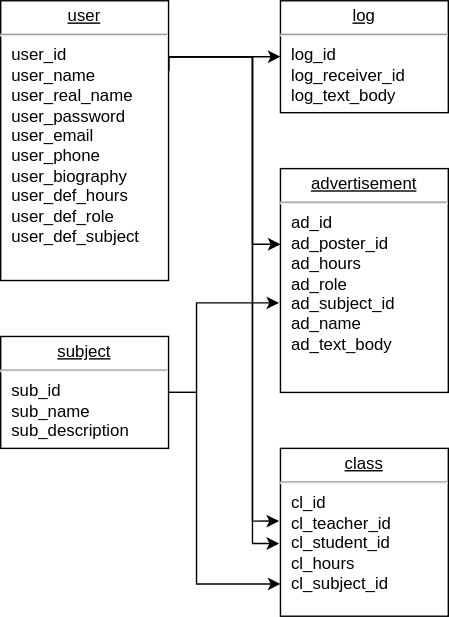
Debelyi-Illia/APTeam keeps this draw.io diagram as Documentation/Project Architect Files/DB.svg. Above is the earlier version. Source tidied: cells renumbered, new cells last; positions are measured from the earlier drawing's top-left corner, leaving out a move shared by most shapes. Its diagram source:
```xml
<mxGraphModel>
  <root>
    <mxCell id="0" />
    <mxCell id="1" parent="0" />
    <mxCell id="2" style="edgeStyle=orthogonalEdgeStyle;rounded=0;jettySize=auto;html=1;exitX=1;exitY=0.25;exitDx=0;exitDy=0;entryX=0;entryY=0.5;entryDx=0;entryDy=0;" parent="1" edge="1" source="6" target="7">
      <mxGeometry relative="1" as="geometry">
        <Array as="points">
          <mxPoint x="120" y="40" />
        </Array>
      </mxGeometry>
    </mxCell>
    <mxCell id="3" style="edgeStyle=orthogonalEdgeStyle;rounded=0;jettySize=auto;html=1;exitX=1;exitY=0.25;exitDx=0;exitDy=0;entryX=0;entryY=0.338;entryDx=0;entryDy=0;entryPerimeter=0;" parent="1" edge="1" source="6" target="11">
      <mxGeometry relative="1" as="geometry">
        <Array as="points">
          <mxPoint x="120" y="40" />
          <mxPoint x="180" y="40" />
          <mxPoint x="180" y="174" />
        </Array>
      </mxGeometry>
    </mxCell>
    <mxCell id="4" style="edgeStyle=orthogonalEdgeStyle;rounded=0;jettySize=auto;html=1;exitX=1;exitY=0.25;exitDx=0;exitDy=0;entryX=-0.008;entryY=0.433;entryDx=0;entryDy=0;entryPerimeter=0;" parent="1" edge="1" source="6" target="12">
      <mxGeometry relative="1" as="geometry">
        <Array as="points">
          <mxPoint x="120" y="40" />
          <mxPoint x="180" y="40" />
          <mxPoint x="180" y="372" />
        </Array>
      </mxGeometry>
    </mxCell>
    <mxCell id="5" style="edgeStyle=orthogonalEdgeStyle;rounded=0;jettySize=auto;html=1;exitX=1;exitY=0.25;exitDx=0;exitDy=0;entryX=-0.008;entryY=0.567;entryDx=0;entryDy=0;entryPerimeter=0;" parent="1" edge="1" source="6" target="12">
      <mxGeometry relative="1" as="geometry">
        <Array as="points">
          <mxPoint x="120" y="40" />
          <mxPoint x="180" y="40" />
          <mxPoint x="180" y="388" />
        </Array>
      </mxGeometry>
    </mxCell>
    <mxCell id="6" value="&lt;p style=&quot;margin:0px;margin-top:4px;text-align:center;text-decoration:underline;&quot;&gt;user&lt;br&gt;&lt;/p&gt;&lt;hr&gt;&lt;p style=&quot;margin:0px;margin-left:8px;&quot;&gt;user_id&lt;/p&gt;&lt;p style=&quot;margin:0px;margin-left:8px;&quot;&gt;user_name&lt;/p&gt;&lt;p style=&quot;margin:0px;margin-left:8px;&quot;&gt;user_real_name&lt;/p&gt;&lt;p style=&quot;margin:0px;margin-left:8px;&quot;&gt;user_password&lt;/p&gt;&lt;p style=&quot;margin:0px;margin-left:8px;&quot;&gt;user_email&lt;/p&gt;&lt;p style=&quot;margin:0px;margin-left:8px;&quot;&gt;user_phone&lt;/p&gt;&lt;p style=&quot;margin:0px;margin-left:8px;&quot;&gt;user_biography&lt;/p&gt;&lt;p style=&quot;margin:0px;margin-left:8px;&quot;&gt;user_def_hours&lt;/p&gt;&lt;p style=&quot;margin:0px;margin-left:8px;&quot;&gt;user_def_role&lt;/p&gt;&lt;p style=&quot;margin:0px;margin-left:8px;&quot;&gt;user_def_subject&lt;/p&gt;" style="verticalAlign=top;align=left;overflow=fill;fontSize=12;fontFamily=Helvetica;html=1;whiteSpace=wrap;" parent="1" vertex="1">
      <mxGeometry width="120" height="200" as="geometry" />
    </mxCell>
    <mxCell id="7" value="&lt;p style=&quot;margin:0px;margin-top:4px;text-align:center;text-decoration:underline;&quot;&gt;log&lt;br&gt;&lt;/p&gt;&lt;hr&gt;&lt;p style=&quot;margin:0px;margin-left:8px;&quot;&gt;log_id&lt;/p&gt;&lt;p style=&quot;margin:0px;margin-left:8px;&quot;&gt;log_receiver_id&lt;/p&gt;&lt;p style=&quot;margin:0px;margin-left:8px;&quot;&gt;log_text_body&lt;/p&gt;" style="verticalAlign=top;align=left;overflow=fill;fontSize=12;fontFamily=Helvetica;html=1;whiteSpace=wrap;" parent="1" vertex="1">
      <mxGeometry x="200" width="120" height="80" as="geometry" />
    </mxCell>
    <mxCell id="8" style="edgeStyle=orthogonalEdgeStyle;rounded=0;jettySize=auto;html=1;exitX=1;exitY=0.5;exitDx=0;exitDy=0;entryX=0;entryY=0.808;entryDx=0;entryDy=0;entryPerimeter=0;" parent="1" edge="1" source="10" target="12">
      <mxGeometry relative="1" as="geometry">
        <Array as="points">
          <mxPoint x="140" y="280" />
          <mxPoint x="140" y="417" />
        </Array>
      </mxGeometry>
    </mxCell>
    <mxCell id="9" style="edgeStyle=orthogonalEdgeStyle;rounded=0;jettySize=auto;html=1;exitX=1;exitY=0.5;exitDx=0;exitDy=0;entryX=-0.008;entryY=0.6;entryDx=0;entryDy=0;entryPerimeter=0;" parent="1" edge="1" source="10" target="11">
      <mxGeometry relative="1" as="geometry">
        <Array as="points">
          <mxPoint x="140" y="280" />
          <mxPoint x="140" y="216" />
        </Array>
      </mxGeometry>
    </mxCell>
    <mxCell id="10" value="&lt;p style=&quot;margin:0px;margin-top:4px;text-align:center;text-decoration:underline;&quot;&gt;subject&lt;br&gt;&lt;/p&gt;&lt;hr&gt;&lt;p style=&quot;margin:0px;margin-left:8px;&quot;&gt;sub_id&lt;/p&gt;&lt;p style=&quot;margin:0px;margin-left:8px;&quot;&gt;sub_name&lt;/p&gt;&lt;p style=&quot;margin:0px;margin-left:8px;&quot;&gt;sub_description&lt;/p&gt;" style="verticalAlign=top;align=left;overflow=fill;fontSize=12;fontFamily=Helvetica;html=1;whiteSpace=wrap;" parent="1" vertex="1">
      <mxGeometry y="240" width="120" height="80" as="geometry" />
    </mxCell>
    <mxCell id="11" value="&lt;p style=&quot;margin:0px;margin-top:4px;text-align:center;text-decoration:underline;&quot;&gt;advertisement&lt;br&gt;&lt;/p&gt;&lt;hr&gt;&lt;p style=&quot;margin:0px;margin-left:8px;&quot;&gt;ad_id&lt;/p&gt;&lt;p style=&quot;margin:0px;margin-left:8px;&quot;&gt;ad_poster_id&lt;/p&gt;&lt;p style=&quot;margin:0px;margin-left:8px;&quot;&gt;ad_hours&lt;/p&gt;&lt;p style=&quot;margin:0px;margin-left:8px;&quot;&gt;ad_role&lt;/p&gt;&lt;p style=&quot;margin:0px;margin-left:8px;&quot;&gt;ad_subject_id&lt;/p&gt;&lt;p style=&quot;margin:0px;margin-left:8px;&quot;&gt;ad_name&lt;/p&gt;&lt;p style=&quot;margin:0px;margin-left:8px;&quot;&gt;ad_text_body&lt;/p&gt;" style="verticalAlign=top;align=left;overflow=fill;fontSize=12;fontFamily=Helvetica;html=1;whiteSpace=wrap;" parent="1" vertex="1">
      <mxGeometry x="200" y="120" width="120" height="160" as="geometry" />
    </mxCell>
    <mxCell id="12" value="&lt;p style=&quot;margin:0px;margin-top:4px;text-align:center;text-decoration:underline;&quot;&gt;class&lt;br&gt;&lt;/p&gt;&lt;hr&gt;&lt;p style=&quot;margin:0px;margin-left:8px;&quot;&gt;cl_id&lt;/p&gt;&lt;p style=&quot;margin:0px;margin-left:8px;&quot;&gt;cl_teacher_id&lt;/p&gt;&lt;p style=&quot;margin:0px;margin-left:8px;&quot;&gt;cl_student_id&lt;/p&gt;&lt;p style=&quot;margin:0px;margin-left:8px;&quot;&gt;cl_hours&lt;/p&gt;&lt;p style=&quot;margin:0px;margin-left:8px;&quot;&gt;cl_subject_id&lt;/p&gt;" style="verticalAlign=top;align=left;overflow=fill;fontSize=12;fontFamily=Helvetica;html=1;whiteSpace=wrap;" parent="1" vertex="1">
      <mxGeometry x="200" y="320" width="120" height="120" as="geometry" />
    </mxCell>
  </root>
</mxGraphModel>
```
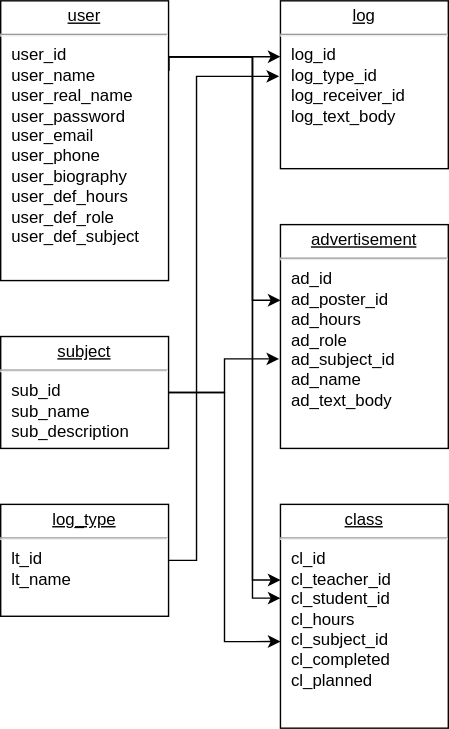
The same diagram one commit later.

What changed in the source:
```diff
@@ -2,7 +2,7 @@
   <root>
     <mxCell id="0" />
     <mxCell id="1" parent="0" />
-    <mxCell id="2" style="edgeStyle=orthogonalEdgeStyle;rounded=0;jettySize=auto;html=1;exitX=1;exitY=0.25;exitDx=0;exitDy=0;entryX=0;entryY=0.5;entryDx=0;entryDy=0;" parent="1" edge="1" source="6" target="7">
+    <mxCell id="2" style="edgeStyle=orthogonalEdgeStyle;rounded=0;jettySize=auto;html=1;exitX=1;exitY=0.25;exitDx=0;exitDy=0;entryX=0;entryY=0.333;entryDx=0;entryDy=0;entryPerimeter=0;" parent="1" edge="1" source="6" target="7">
       <mxGeometry relative="1" as="geometry">
         <Array as="points">
           <mxPoint x="120" y="40" />
@@ -14,47 +14,47 @@
         <Array as="points">
           <mxPoint x="120" y="40" />
           <mxPoint x="180" y="40" />
-          <mxPoint x="180" y="174" />
+          <mxPoint x="180" y="214" />
         </Array>
       </mxGeometry>
     </mxCell>
-    <mxCell id="4" style="edgeStyle=orthogonalEdgeStyle;rounded=0;jettySize=auto;html=1;exitX=1;exitY=0.25;exitDx=0;exitDy=0;entryX=-0.008;entryY=0.433;entryDx=0;entryDy=0;entryPerimeter=0;" parent="1" edge="1" source="6" target="12">
+    <mxCell id="4" style="edgeStyle=orthogonalEdgeStyle;rounded=0;jettySize=auto;html=1;exitX=1;exitY=0.25;exitDx=0;exitDy=0;entryX=0;entryY=0.338;entryDx=0;entryDy=0;entryPerimeter=0;" parent="1" edge="1" source="6" target="12">
       <mxGeometry relative="1" as="geometry">
         <Array as="points">
           <mxPoint x="120" y="40" />
           <mxPoint x="180" y="40" />
-          <mxPoint x="180" y="372" />
+          <mxPoint x="180" y="414" />
         </Array>
       </mxGeometry>
     </mxCell>
-    <mxCell id="5" style="edgeStyle=orthogonalEdgeStyle;rounded=0;jettySize=auto;html=1;exitX=1;exitY=0.25;exitDx=0;exitDy=0;entryX=-0.008;entryY=0.567;entryDx=0;entryDy=0;entryPerimeter=0;" parent="1" edge="1" source="6" target="12">
+    <mxCell id="5" style="edgeStyle=orthogonalEdgeStyle;rounded=0;jettySize=auto;html=1;exitX=1;exitY=0.25;exitDx=0;exitDy=0;entryX=0;entryY=0.419;entryDx=0;entryDy=0;entryPerimeter=0;" parent="1" edge="1" source="6" target="12">
       <mxGeometry relative="1" as="geometry">
         <Array as="points">
           <mxPoint x="120" y="40" />
           <mxPoint x="180" y="40" />
-          <mxPoint x="180" y="388" />
+          <mxPoint x="180" y="427" />
         </Array>
       </mxGeometry>
     </mxCell>
     <mxCell id="6" value="&lt;p style=&quot;margin:0px;margin-top:4px;text-align:center;text-decoration:underline;&quot;&gt;user&lt;br&gt;&lt;/p&gt;&lt;hr&gt;&lt;p style=&quot;margin:0px;margin-left:8px;&quot;&gt;user_id&lt;/p&gt;&lt;p style=&quot;margin:0px;margin-left:8px;&quot;&gt;user_name&lt;/p&gt;&lt;p style=&quot;margin:0px;margin-left:8px;&quot;&gt;user_real_name&lt;/p&gt;&lt;p style=&quot;margin:0px;margin-left:8px;&quot;&gt;user_password&lt;/p&gt;&lt;p style=&quot;margin:0px;margin-left:8px;&quot;&gt;user_email&lt;/p&gt;&lt;p style=&quot;margin:0px;margin-left:8px;&quot;&gt;user_phone&lt;/p&gt;&lt;p style=&quot;margin:0px;margin-left:8px;&quot;&gt;user_biography&lt;/p&gt;&lt;p style=&quot;margin:0px;margin-left:8px;&quot;&gt;user_def_hours&lt;/p&gt;&lt;p style=&quot;margin:0px;margin-left:8px;&quot;&gt;user_def_role&lt;/p&gt;&lt;p style=&quot;margin:0px;margin-left:8px;&quot;&gt;user_def_subject&lt;/p&gt;" style="verticalAlign=top;align=left;overflow=fill;fontSize=12;fontFamily=Helvetica;html=1;whiteSpace=wrap;" parent="1" vertex="1">
       <mxGeometry width="120" height="200" as="geometry" />
     </mxCell>
-    <mxCell id="7" value="&lt;p style=&quot;margin:0px;margin-top:4px;text-align:center;text-decoration:underline;&quot;&gt;log&lt;br&gt;&lt;/p&gt;&lt;hr&gt;&lt;p style=&quot;margin:0px;margin-left:8px;&quot;&gt;log_id&lt;/p&gt;&lt;p style=&quot;margin:0px;margin-left:8px;&quot;&gt;log_receiver_id&lt;/p&gt;&lt;p style=&quot;margin:0px;margin-left:8px;&quot;&gt;log_text_body&lt;/p&gt;" style="verticalAlign=top;align=left;overflow=fill;fontSize=12;fontFamily=Helvetica;html=1;whiteSpace=wrap;" parent="1" vertex="1">
-      <mxGeometry x="200" width="120" height="80" as="geometry" />
+    <mxCell id="7" value="&lt;p style=&quot;margin:0px;margin-top:4px;text-align:center;text-decoration:underline;&quot;&gt;log&lt;br&gt;&lt;/p&gt;&lt;hr&gt;&lt;p style=&quot;margin:0px;margin-left:8px;&quot;&gt;log_id&lt;/p&gt;&lt;p style=&quot;margin:0px;margin-left:8px;&quot;&gt;log_type_id&lt;/p&gt;&lt;p style=&quot;margin:0px;margin-left:8px;&quot;&gt;log_receiver_id&lt;/p&gt;&lt;p style=&quot;margin:0px;margin-left:8px;&quot;&gt;log_text_body&lt;/p&gt;" style="verticalAlign=top;align=left;overflow=fill;fontSize=12;fontFamily=Helvetica;html=1;whiteSpace=wrap;" parent="1" vertex="1">
+      <mxGeometry x="200" width="120" height="120" as="geometry" />
     </mxCell>
-    <mxCell id="8" style="edgeStyle=orthogonalEdgeStyle;rounded=0;jettySize=auto;html=1;exitX=1;exitY=0.5;exitDx=0;exitDy=0;entryX=0;entryY=0.808;entryDx=0;entryDy=0;entryPerimeter=0;" parent="1" edge="1" source="10" target="12">
+    <mxCell id="8" style="edgeStyle=orthogonalEdgeStyle;rounded=0;jettySize=auto;html=1;exitX=1;exitY=0.5;exitDx=0;exitDy=0;entryX=0;entryY=0.613;entryDx=0;entryDy=0;entryPerimeter=0;" parent="1" edge="1" source="10" target="12">
       <mxGeometry relative="1" as="geometry">
         <Array as="points">
-          <mxPoint x="140" y="280" />
-          <mxPoint x="140" y="417" />
+          <mxPoint x="160" y="280" />
+          <mxPoint x="160" y="458" />
         </Array>
       </mxGeometry>
     </mxCell>
     <mxCell id="9" style="edgeStyle=orthogonalEdgeStyle;rounded=0;jettySize=auto;html=1;exitX=1;exitY=0.5;exitDx=0;exitDy=0;entryX=-0.008;entryY=0.6;entryDx=0;entryDy=0;entryPerimeter=0;" parent="1" edge="1" source="10" target="11">
       <mxGeometry relative="1" as="geometry">
         <Array as="points">
-          <mxPoint x="140" y="280" />
-          <mxPoint x="140" y="216" />
+          <mxPoint x="160" y="280" />
+          <mxPoint x="160" y="256" />
         </Array>
       </mxGeometry>
     </mxCell>
@@ -62,10 +62,21 @@
       <mxGeometry y="240" width="120" height="80" as="geometry" />
     </mxCell>
     <mxCell id="11" value="&lt;p style=&quot;margin:0px;margin-top:4px;text-align:center;text-decoration:underline;&quot;&gt;advertisement&lt;br&gt;&lt;/p&gt;&lt;hr&gt;&lt;p style=&quot;margin:0px;margin-left:8px;&quot;&gt;ad_id&lt;/p&gt;&lt;p style=&quot;margin:0px;margin-left:8px;&quot;&gt;ad_poster_id&lt;/p&gt;&lt;p style=&quot;margin:0px;margin-left:8px;&quot;&gt;ad_hours&lt;/p&gt;&lt;p style=&quot;margin:0px;margin-left:8px;&quot;&gt;ad_role&lt;/p&gt;&lt;p style=&quot;margin:0px;margin-left:8px;&quot;&gt;ad_subject_id&lt;/p&gt;&lt;p style=&quot;margin:0px;margin-left:8px;&quot;&gt;ad_name&lt;/p&gt;&lt;p style=&quot;margin:0px;margin-left:8px;&quot;&gt;ad_text_body&lt;/p&gt;" style="verticalAlign=top;align=left;overflow=fill;fontSize=12;fontFamily=Helvetica;html=1;whiteSpace=wrap;" parent="1" vertex="1">
-      <mxGeometry x="200" y="120" width="120" height="160" as="geometry" />
+      <mxGeometry x="200" y="160" width="120" height="160" as="geometry" />
     </mxCell>
-    <mxCell id="12" value="&lt;p style=&quot;margin:0px;margin-top:4px;text-align:center;text-decoration:underline;&quot;&gt;class&lt;br&gt;&lt;/p&gt;&lt;hr&gt;&lt;p style=&quot;margin:0px;margin-left:8px;&quot;&gt;cl_id&lt;/p&gt;&lt;p style=&quot;margin:0px;margin-left:8px;&quot;&gt;cl_teacher_id&lt;/p&gt;&lt;p style=&quot;margin:0px;margin-left:8px;&quot;&gt;cl_student_id&lt;/p&gt;&lt;p style=&quot;margin:0px;margin-left:8px;&quot;&gt;cl_hours&lt;/p&gt;&lt;p style=&quot;margin:0px;margin-left:8px;&quot;&gt;cl_subject_id&lt;/p&gt;" style="verticalAlign=top;align=left;overflow=fill;fontSize=12;fontFamily=Helvetica;html=1;whiteSpace=wrap;" parent="1" vertex="1">
-      <mxGeometry x="200" y="320" width="120" height="120" as="geometry" />
+    <mxCell id="12" value="&lt;p style=&quot;margin:0px;margin-top:4px;text-align:center;text-decoration:underline;&quot;&gt;class&lt;br&gt;&lt;/p&gt;&lt;hr&gt;&lt;p style=&quot;margin:0px;margin-left:8px;&quot;&gt;cl_id&lt;/p&gt;&lt;p style=&quot;margin:0px;margin-left:8px;&quot;&gt;cl_teacher_id&lt;/p&gt;&lt;p style=&quot;margin:0px;margin-left:8px;&quot;&gt;cl_student_id&lt;/p&gt;&lt;p style=&quot;margin:0px;margin-left:8px;&quot;&gt;cl_hours&lt;/p&gt;&lt;p style=&quot;margin:0px;margin-left:8px;&quot;&gt;cl_subject_id&lt;/p&gt;&lt;p style=&quot;margin:0px;margin-left:8px;&quot;&gt;cl_completed&lt;/p&gt;&lt;p style=&quot;margin:0px;margin-left:8px;&quot;&gt;cl_planned&lt;/p&gt;" style="verticalAlign=top;align=left;overflow=fill;fontSize=12;fontFamily=Helvetica;html=1;whiteSpace=wrap;" parent="1" vertex="1">
+      <mxGeometry x="200" y="360" width="120" height="160" as="geometry" />
     </mxCell>
+    <mxCell id="13" value="&lt;p style=&quot;margin:0px;margin-top:4px;text-align:center;text-decoration:underline;&quot;&gt;log_type&lt;br&gt;&lt;/p&gt;&lt;hr&gt;&lt;p style=&quot;margin:0px;margin-left:8px;&quot;&gt;lt_id&lt;/p&gt;&lt;p style=&quot;margin:0px;margin-left:8px;&quot;&gt;lt_name&lt;/p&gt;" style="verticalAlign=top;align=left;overflow=fill;fontSize=12;fontFamily=Helvetica;html=1;whiteSpace=wrap;" parent="1" vertex="1">
+      <mxGeometry y="360" width="120" height="80" as="geometry" />
+    </mxCell>
+    <mxCell id="14" style="edgeStyle=orthogonalEdgeStyle;rounded=0;jettySize=auto;html=1;exitX=1;exitY=0.5;exitDx=0;exitDy=0;entryX=-0.008;entryY=0.45;entryDx=0;entryDy=0;entryPerimeter=0;" parent="1" edge="1" source="13" target="7">
+      <mxGeometry relative="1" as="geometry">
+        <Array as="points">
+          <mxPoint x="140" y="400" />
+          <mxPoint x="140" y="54" />
+        </Array>
+      </mxGeometry>
+    </mxCell>
   </root>
 </mxGraphModel>
```
